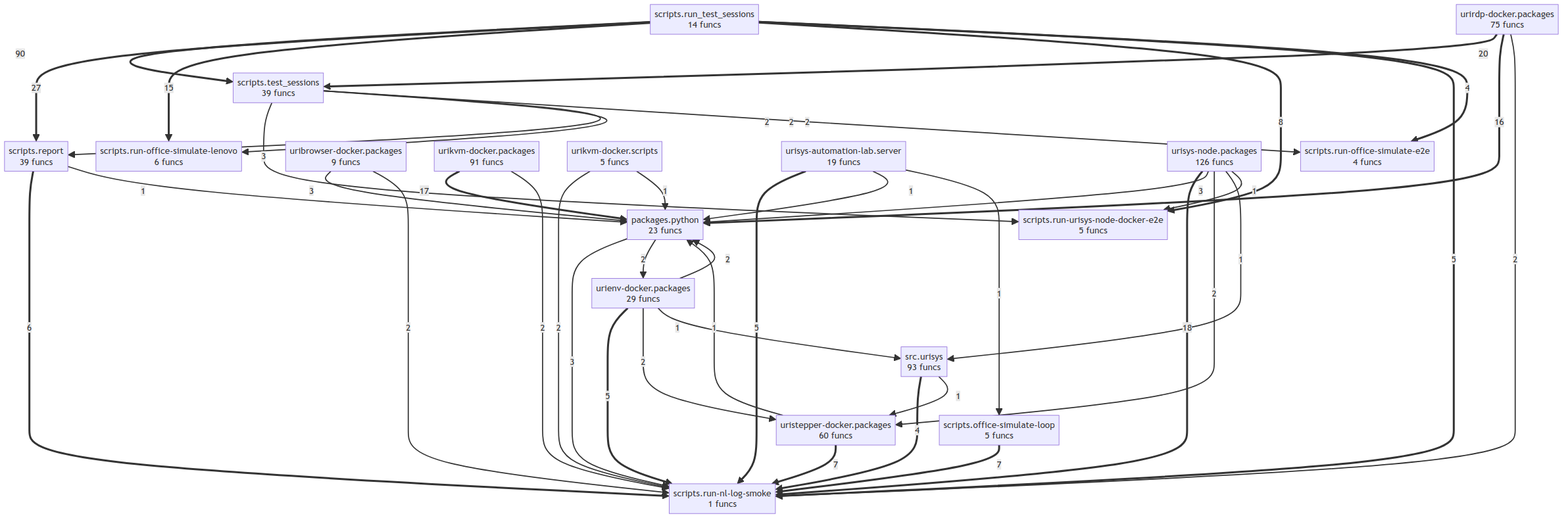
Above: project/compact_flow.png in tellmesh/urisys (Mermaid), before the change. Its source is kept beside it as project/compact_flow.mmd.
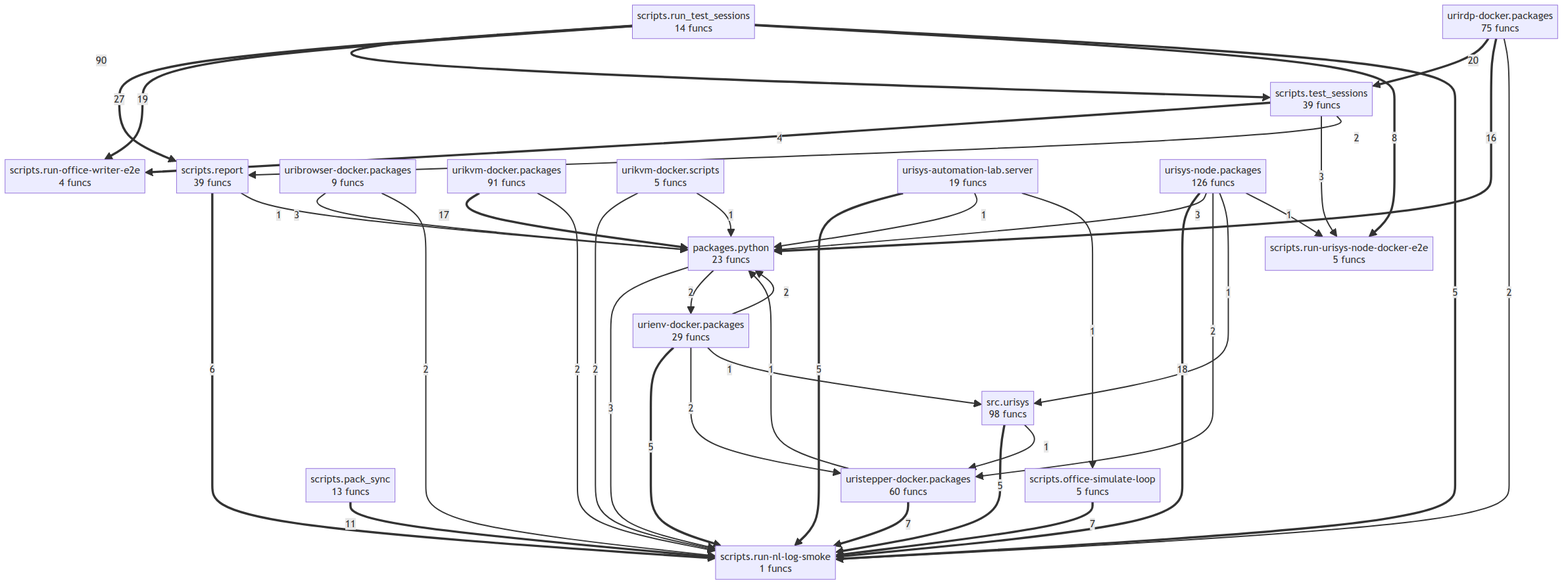
The same file after the commit.

The edit, as a diff of the source:
```diff
@@ -1,14 +1,14 @@
 flowchart TD
     packages__python["packages.python<br/>23 funcs"]
     scripts__office_simulate_loop["scripts.office-simulate-loop<br/>5 funcs"]
+    scripts__pack_sync["scripts.pack_sync<br/>13 funcs"]
     scripts__report["scripts.report<br/>39 funcs"]
     scripts__run_nl_log_smoke["scripts.run-nl-log-smoke<br/>1 funcs"]
-    scripts__run_office_simulate_e2e["scripts.run-office-simulate-e2e<br/>4 funcs"]
-    scripts__run_office_simulate_lenovo["scripts.run-office-simulate-lenovo<br/>6 funcs"]
+    scripts__run_office_writer_e2e["scripts.run-office-writer-e2e<br/>4 funcs"]
     scripts__run_urisys_node_docker_e2e["scripts.run-urisys-node-docker-e2e<br/>5 funcs"]
     scripts__run_test_sessions["scripts.run_test_sessions<br/>14 funcs"]
     scripts__test_sessions["scripts.test_sessions<br/>39 funcs"]
-    src__urisys["src.urisys<br/>93 funcs"]
+    src__urisys["src.urisys<br/>98 funcs"]
     uribrowser_docker__packages["uribrowser-docker.packages<br/>9 funcs"]
     urienv_docker__packages["urienv-docker.packages<br/>29 funcs"]
     urikvm_docker__packages["urikvm-docker.packages<br/>91 funcs"]
@@ -20,27 +20,26 @@
     scripts__run_test_sessions ==>|90| scripts__test_sessions
     scripts__run_test_sessions ==>|27| scripts__report
     urirdp_docker__packages ==>|20| scripts__test_sessions
+    scripts__run_test_sessions ==>|19| scripts__run_office_writer_e2e
     urisys_node__packages ==>|18| scripts__run_nl_log_smoke
     urikvm_docker__packages ==>|17| packages__python
     urirdp_docker__packages ==>|16| packages__python
-    scripts__run_test_sessions ==>|15| scripts__run_office_simulate_lenovo
+    scripts__pack_sync ==>|11| scripts__run_nl_log_smoke
     scripts__run_test_sessions ==>|8| scripts__run_urisys_node_docker_e2e
     uristepper_docker__packages ==>|7| scripts__run_nl_log_smoke
     scripts__office_simulate_loop ==>|7| scripts__run_nl_log_smoke
     scripts__report ==>|6| scripts__run_nl_log_smoke
+    src__urisys ==>|5| scripts__run_nl_log_smoke
+    scripts__run_test_sessions ==>|5| scripts__run_nl_log_smoke
     urisys_automation_lab__server ==>|5| scripts__run_nl_log_smoke
     urienv_docker__packages ==>|5| scripts__run_nl_log_smoke
-    scripts__run_test_sessions ==>|5| scripts__run_nl_log_smoke
-    src__urisys ==>|4| scripts__run_nl_log_smoke
-    scripts__run_test_sessions ==>|4| scripts__run_office_simulate_e2e
+    scripts__test_sessions ==>|4| scripts__run_office_writer_e2e
     packages__python -->|3| scripts__run_nl_log_smoke
     scripts__test_sessions -->|3| scripts__run_urisys_node_docker_e2e
     uribrowser_docker__packages -->|3| packages__python
     urisys_node__packages -->|3| packages__python
     packages__python -->|2| urienv_docker__packages
-    scripts__test_sessions -->|2| scripts__run_office_simulate_lenovo
     scripts__test_sessions -->|2| scripts__report
-    scripts__test_sessions -->|2| scripts__run_office_simulate_e2e
     urirdp_docker__packages -->|2| scripts__run_nl_log_smoke
     uribrowser_docker__packages -->|2| scripts__run_nl_log_smoke
     urikvm_docker__packages -->|2| scripts__run_nl_log_smoke
@@ -48,7 +47,6 @@
     urienv_docker__packages -->|2| uristepper_docker__packages
     urienv_docker__packages -->|2| packages__python
     urisys_node__packages -->|2| uristepper_docker__packages
-    src__urisys -->|1| uristepper_docker__packages
     uristepper_docker__packages -->|1| packages__python
     scripts__report -->|1| packages__python
     urikvm_docker__scripts -->|1| packages__python
@@ -57,3 +55,4 @@
     urienv_docker__packages -->|1| src__urisys
     urisys_node__packages -->|1| src__urisys
     urisys_node__packages -->|1| scripts__run_urisys_node_docker_e2e
+    src__urisys -->|1| uristepper_docker__packages
```
